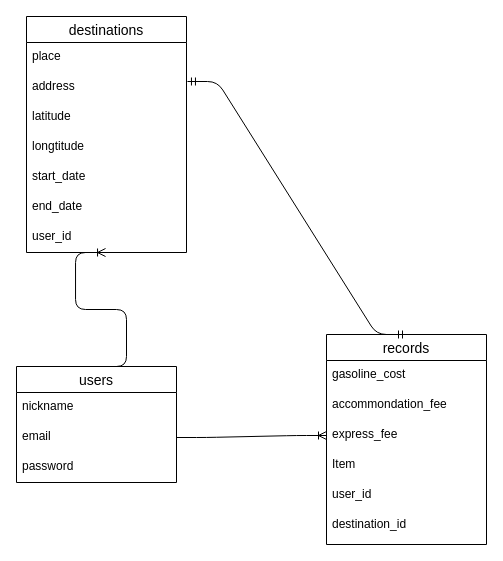
The draw.io diagram travel_memory.dio in sken100627/travel_memory, before the edit. Source tidied: cells renumbered, new cells numbered last; positions are measured from the earlier drawing's top-left corner, leaving out a move shared by most shapes. Both pictures are drawn from the tidied source at 100%, with x=0, y=0 at pixel (16, 16).
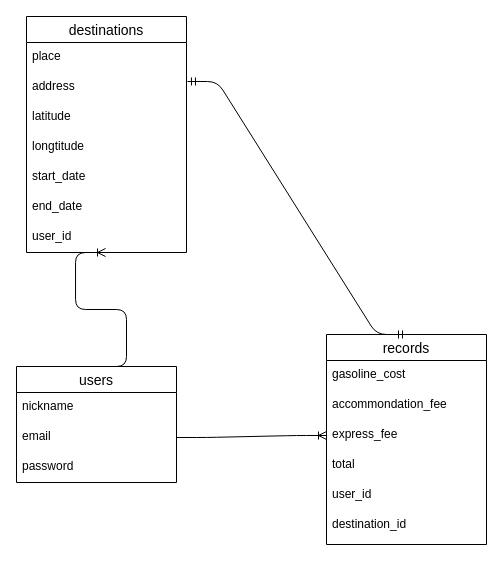
The same page after the edit.

The change refers to these unchanged cells:
```xml
<mxCell id="10" value="records" style="swimlane;fontStyle=0;horizontal=1;startSize=26;align=center;fontSize=14;" parent="1" vertex="1">
  <mxGeometry x="310" y="318" width="160" height="210" as="geometry" />
</mxCell>
```

Change to the diagram source:
```diff
@@
-    <mxCell id="14" value="Item" style="text;strokeColor=none;fillColor=none;spacingLeft=4;spacingRight=4;overflow=hidden;fontSize=12;" parent="10" vertex="1">
+    <mxCell id="14" value="total" style="text;strokeColor=none;fillColor=none;spacingLeft=4;spacingRight=4;overflow=hidden;fontSize=12;" parent="10" vertex="1">
       <mxGeometry y="116" width="160" height="30" as="geometry" />
     </mxCell>
```
